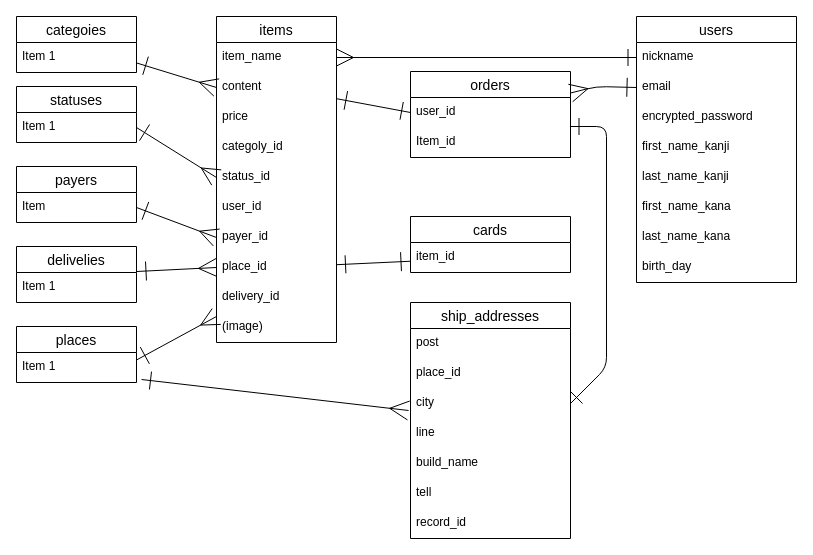
nogusan/furima-38428 keeps this draw.io diagram as test.dio. Above is the earlier version. Source tidied: cells renumbered, new cells numbered last; positions are measured from the earlier drawing's top-left corner, leaving out a move shared by most shapes. Both pictures are drawn from the tidied source at 100%, with x=0, y=0 at pixel (16, 16).
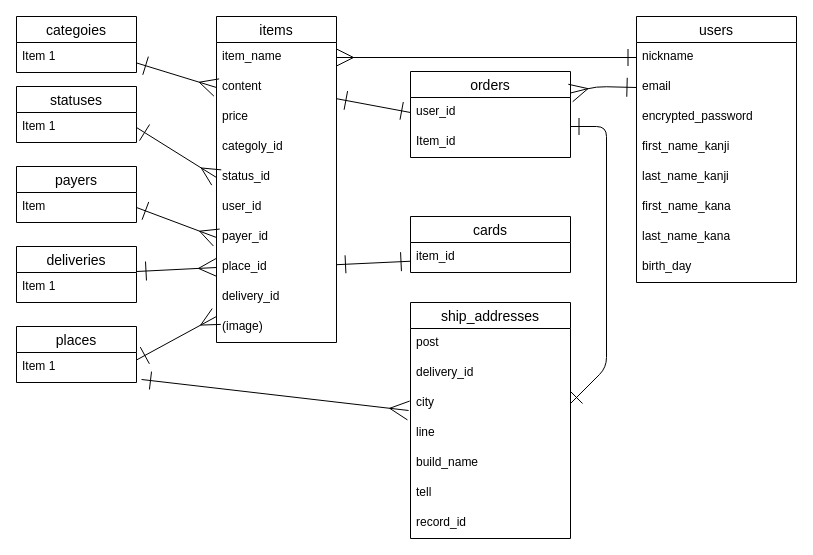
Above is the later version.

Commit message:
遷移図修正

The change refers to these unchanged cells:
```xml
<mxCell id="23" value="ship_addresses" style="swimlane;fontStyle=0;horizontal=1;startSize=26;align=center;fontSize=14;" parent="1" vertex="1">
  <mxGeometry x="394" y="286" width="160" height="236" as="geometry" />
</mxCell>
```

Change to the diagram source:
```diff
@@
-    <mxCell id="25" value="place_id" style="text;strokeColor=none;fillColor=none;spacingLeft=4;spacingRight=4;overflow=hidden;fontSize=12;" parent="23" vertex="1">
+    <mxCell id="25" value="delivery_id" style="text;strokeColor=none;fillColor=none;spacingLeft=4;spacingRight=4;overflow=hidden;fontSize=12;" parent="23" vertex="1">
       <mxGeometry y="56" width="160" height="30" as="geometry" />
     </mxCell>
@@
-    <mxCell id="38" value="delivelies" style="swimlane;fontStyle=0;horizontal=1;startSize=26;align=center;fontSize=14;" parent="1" vertex="1">
+    <mxCell id="38" value="deliveries" style="swimlane;fontStyle=0;horizontal=1;startSize=26;align=center;fontSize=14;" parent="1" vertex="1">
       <mxGeometry y="230" width="120" height="56" as="geometry" />
     </mxCell>
```
